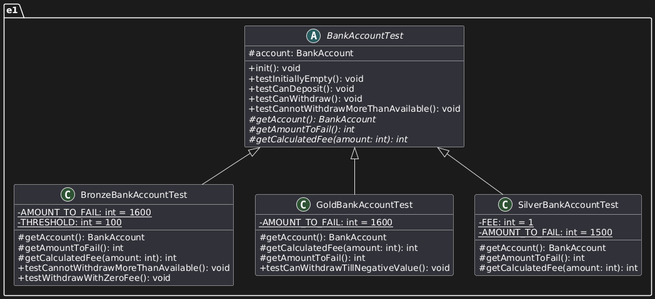
This is src/test/java/it/unibo/pps/e1/UML_es1_test.png from alessiobifulco/pps-lab01b, a PlantUML export, as it was before one commit. The source it was exported from:
```plantuml
@startuml
skinparam classAttributeIconSize 0


package e1 {

    abstract class BankAccountTest {
        # account: BankAccount
        + init(): void
        + testInitiallyEmpty(): void
        + testCanDeposit(): void
        + testCanWithdraw(): void
        + testCannotWithdrawMoreThanAvailable(): void
        {abstract} # getAccount(): BankAccount
        {abstract} # getAmountToFail(): int
        {abstract} # getCalculatedFee(amount: int): int
    }

    class BronzeBankAccountTest {
        - {static} AMOUNT_TO_FAIL: int = 1600
        - {static} THRESHOLD: int = 100
        # getAccount(): BankAccount
        # getAmountToFail(): int
        # getCalculatedFee(amount: int): int
        + testCannotWithdrawMoreThanAvailable(): void
        + testWithdrawWithZeroFee(): void
    }

    class GoldBankAccountTest {
        - {static} AMOUNT_TO_FAIL: int = 1600
        # getAccount(): BankAccount
        # getCalculatedFee(amount: int): int
        # getAmountToFail(): int
        + testCanWithdrawTillNegativeValue(): void
    }

    class SilverBankAccountTest {
        - {static} FEE: int = 1
        - {static} AMOUNT_TO_FAIL: int = 1500
        # getAccount(): BankAccount
        # getAmountToFail(): int
        # getCalculatedFee(amount: int): int
    }

    BankAccountTest <|-- BronzeBankAccountTest
    BankAccountTest <|-- GoldBankAccountTest
    BankAccountTest <|-- SilverBankAccountTest


}
@enduml
```
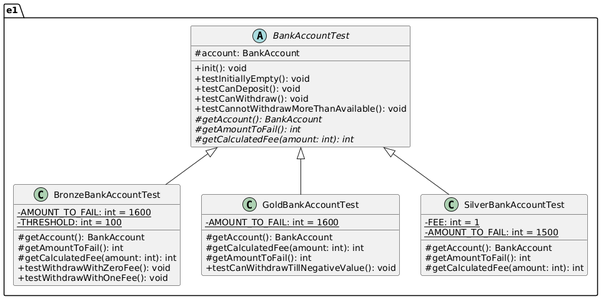
After the commit.

The edit, as a diff of the source:
```diff
@@ -22,8 +22,9 @@
         # getAccount(): BankAccount
         # getAmountToFail(): int
         # getCalculatedFee(amount: int): int
-        + testCannotWithdrawMoreThanAvailable(): void
         + testWithdrawWithZeroFee(): void
+        + testWithdrawWithOneFee(): void
+
     }
 
     class GoldBankAccountTest {
```
